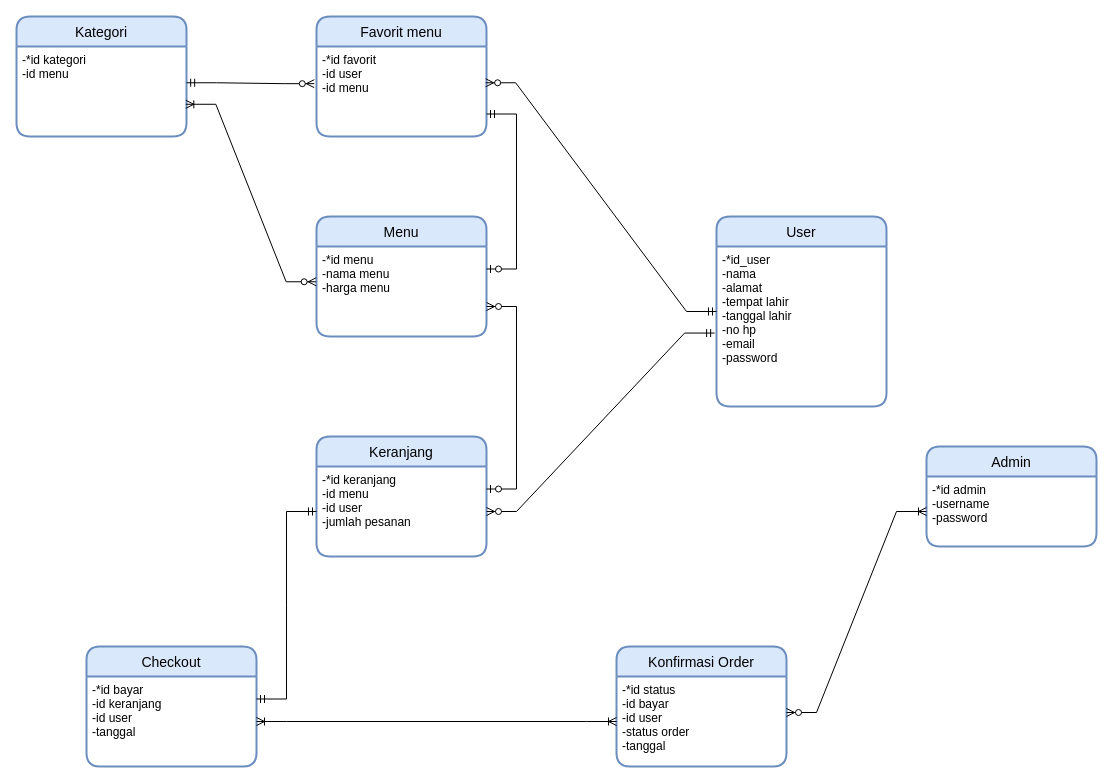
Above: pertemuan3/Diagram OBurger.drawio in romijatmiko/IF214002 (draw.io), before the change. Source tidied: cells renumbered, new cells numbered last; positions are measured from the earlier drawing's top-left corner, leaving out a move shared by most shapes. Both pictures are drawn from the tidied source at 100%, with x=0, y=0 at pixel (16, 16).
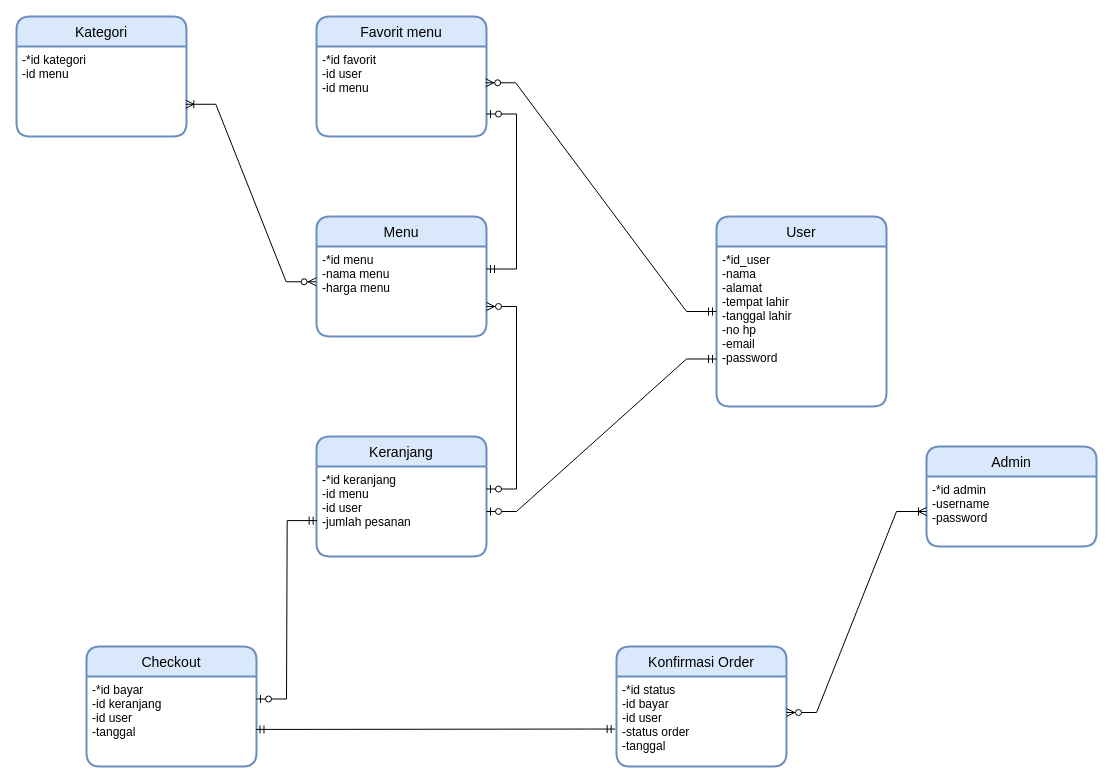
The same diagram, later.

The change refers to these unchanged cells:
```xml
<mxCell id="2" value="User" style="swimlane;horizontal=1;startSize=30;rounded=1;fontSize=14;fontStyle=0;strokeWidth=2;shadow=0;dashed=0;align=center;fillColor=#dae8fc;strokeColor=#6c8ebf;" parent="1" vertex="1">
  <mxGeometry x="700" y="200" width="170" height="190" as="geometry" />
</mxCell>
<mxCell id="3" value="-*id_user&#10;-nama&#10;-alamat&#10;-tempat lahir&#10;-tanggal lahir&#10;-no hp&#10;-email&#10;-password" style="align=left;strokeColor=none;fillColor=none;spacingLeft=4;fontSize=12;verticalAlign=top;" parent="2" vertex="1">
  <mxGeometry y="30" width="170" height="160" as="geometry" />
</mxCell>
<mxCell id="5" value="-*id admin&#10;-username&#10;-password" style="align=left;strokeColor=none;fillColor=none;spacingLeft=4;fontSize=12;verticalAlign=top;" parent="4" vertex="1">
  <mxGeometry y="30" width="170" height="70" as="geometry" />
</mxCell>
<mxCell id="7" value="-*id menu&#10;-nama menu&#10;-harga menu" style="align=left;strokeColor=none;fillColor=none;spacingLeft=4;fontSize=12;verticalAlign=top;" parent="6" vertex="1">
  <mxGeometry y="30" width="170" height="90" as="geometry" />
</mxCell>
<mxCell id="9" value="-*id kategori&#10;-id menu" style="align=left;strokeColor=none;fillColor=none;spacingLeft=4;fontSize=12;verticalAlign=top;" parent="8" vertex="1">
  <mxGeometry y="30" width="170" height="90" as="geometry" />
</mxCell>
<mxCell id="11" value="-*id favorit&#10;-id user&#10;-id menu" style="align=left;strokeColor=none;fillColor=none;spacingLeft=4;fontSize=12;verticalAlign=top;" parent="10" vertex="1">
  <mxGeometry y="30" width="170" height="90" as="geometry" />
</mxCell>
<mxCell id="13" value="-*id keranjang&#10;-id menu&#10;-id user&#10;-jumlah pesanan" style="align=left;strokeColor=none;fillColor=none;spacingLeft=4;fontSize=12;verticalAlign=top;" parent="12" vertex="1">
  <mxGeometry y="30" width="170" height="90" as="geometry" />
</mxCell>
<mxCell id="15" value="-*id bayar&#10;-id keranjang&#10;-id user&#10;-tanggal" style="align=left;strokeColor=none;fillColor=none;spacingLeft=4;fontSize=12;verticalAlign=top;" parent="14" vertex="1">
  <mxGeometry y="30" width="170" height="90" as="geometry" />
</mxCell>
<mxCell id="17" value="-*id status&#10;-id bayar&#10;-id user&#10;-status order&#10;-tanggal" style="align=left;strokeColor=none;fillColor=none;spacingLeft=4;fontSize=12;verticalAlign=top;" parent="16" vertex="1">
  <mxGeometry y="30" width="170" height="90" as="geometry" />
</mxCell>
```

The edit, as a diff of the source:
```diff
@@
-    <mxCell id="19" style="edgeStyle=entityRelationEdgeStyle;fontSize=12;html=1;endArrow=ERzeroToMany;startArrow=ERmandOne;rounded=0;entryX=-0.013;entryY=0.413;entryDx=0;entryDy=0;entryPerimeter=0;exitX=1.001;exitY=0.403;exitDx=0;exitDy=0;exitPerimeter=0;" parent="1" edge="1" source="9" target="11">
-      <mxGeometry relative="1" as="geometry" />
-    </mxCell>
@@
+    <mxCell id="25" style="edgeStyle=entityRelationEdgeStyle;fontSize=12;html=1;endArrow=ERoneToMany;startArrow=ERzeroToMany;rounded=0;entryX=0;entryY=0.5;entryDx=0;entryDy=0;exitX=1;exitY=0.4;exitDx=0;exitDy=0;exitPerimeter=0;" parent="1" edge="1" source="17" target="5">
+      <mxGeometry relative="1" as="geometry" />
+    </mxCell>
+    <mxCell id="27" style="edgeStyle=entityRelationEdgeStyle;fontSize=12;html=1;endArrow=ERzeroToOne;startArrow=ERmandOne;rounded=0;exitX=1;exitY=0.25;exitDx=0;exitDy=0;entryX=1;entryY=0.75;entryDx=0;entryDy=0;" parent="1" edge="1" source="7" target="11">
+      <mxGeometry relative="1" as="geometry" />
+    </mxCell>
+    <mxCell id="28" style="edgeStyle=entityRelationEdgeStyle;fontSize=12;html=1;endArrow=ERzeroToOne;startArrow=ERmandOne;rounded=0;exitX=0;exitY=0.75;exitDx=0;exitDy=0;entryX=1;entryY=0.5;entryDx=0;entryDy=0;" parent="1" edge="1" source="2" target="13">
+      <mxGeometry relative="1" as="geometry" />
+    </mxCell>
+    <mxCell id="29" style="edgeStyle=entityRelationEdgeStyle;fontSize=12;html=1;endArrow=ERzeroToOne;startArrow=ERmandOne;rounded=0;exitX=0.004;exitY=0.601;exitDx=0;exitDy=0;exitPerimeter=0;entryX=1;entryY=0.25;entryDx=0;entryDy=0;" parent="1" edge="1" source="13" target="15">
+      <mxGeometry relative="1" as="geometry" />
+    </mxCell>
-    <mxCell id="22" style="edgeStyle=entityRelationEdgeStyle;fontSize=12;html=1;endArrow=ERoneToMany;startArrow=ERoneToMany;rounded=0;exitX=1;exitY=0.5;exitDx=0;exitDy=0;entryX=0;entryY=0.5;entryDx=0;entryDy=0;" parent="1" edge="1" source="15" target="17">
+    <mxCell id="22" style="edgeStyle=entityRelationEdgeStyle;fontSize=12;html=1;endArrow=ERmandOne;startArrow=ERmandOne;rounded=0;exitX=0.997;exitY=0.588;exitDx=0;exitDy=0;exitPerimeter=0;entryX=-0.008;entryY=0.584;entryDx=0;entryDy=0;entryPerimeter=0;" parent="1" edge="1" source="15" target="17">
       <mxGeometry relative="1" as="geometry" />
     </mxCell>
-    <mxCell id="23" style="edgeStyle=entityRelationEdgeStyle;fontSize=12;html=1;endArrow=ERzeroToMany;startArrow=ERmandOne;rounded=0;entryX=1;entryY=0.5;entryDx=0;entryDy=0;exitX=-0.011;exitY=0.541;exitDx=0;exitDy=0;exitPerimeter=0;" parent="1" edge="1" source="3" target="13">
-      <mxGeometry relative="1" as="geometry" />
-    </mxCell>
-    <mxCell id="24" style="edgeStyle=entityRelationEdgeStyle;fontSize=12;html=1;endArrow=ERmandOne;startArrow=ERmandOne;rounded=0;entryX=0;entryY=0.5;entryDx=0;entryDy=0;exitX=1;exitY=0.25;exitDx=0;exitDy=0;" parent="1" edge="1" source="15" target="13">
-      <mxGeometry relative="1" as="geometry" />
-    </mxCell>
-    <mxCell id="25" style="edgeStyle=entityRelationEdgeStyle;fontSize=12;html=1;endArrow=ERoneToMany;startArrow=ERzeroToMany;rounded=0;entryX=0;entryY=0.5;entryDx=0;entryDy=0;exitX=1;exitY=0.4;exitDx=0;exitDy=0;exitPerimeter=0;" parent="1" edge="1" source="17" target="5">
-      <mxGeometry relative="1" as="geometry" />
-    </mxCell>
-    <mxCell id="26" style="edgeStyle=entityRelationEdgeStyle;fontSize=12;html=1;endArrow=ERzeroToOne;startArrow=ERmandOne;rounded=0;entryX=1;entryY=0.25;entryDx=0;entryDy=0;exitX=1;exitY=0.75;exitDx=0;exitDy=0;" parent="1" edge="1" source="11" target="7">
-      <mxGeometry relative="1" as="geometry" />
-    </mxCell>
```
